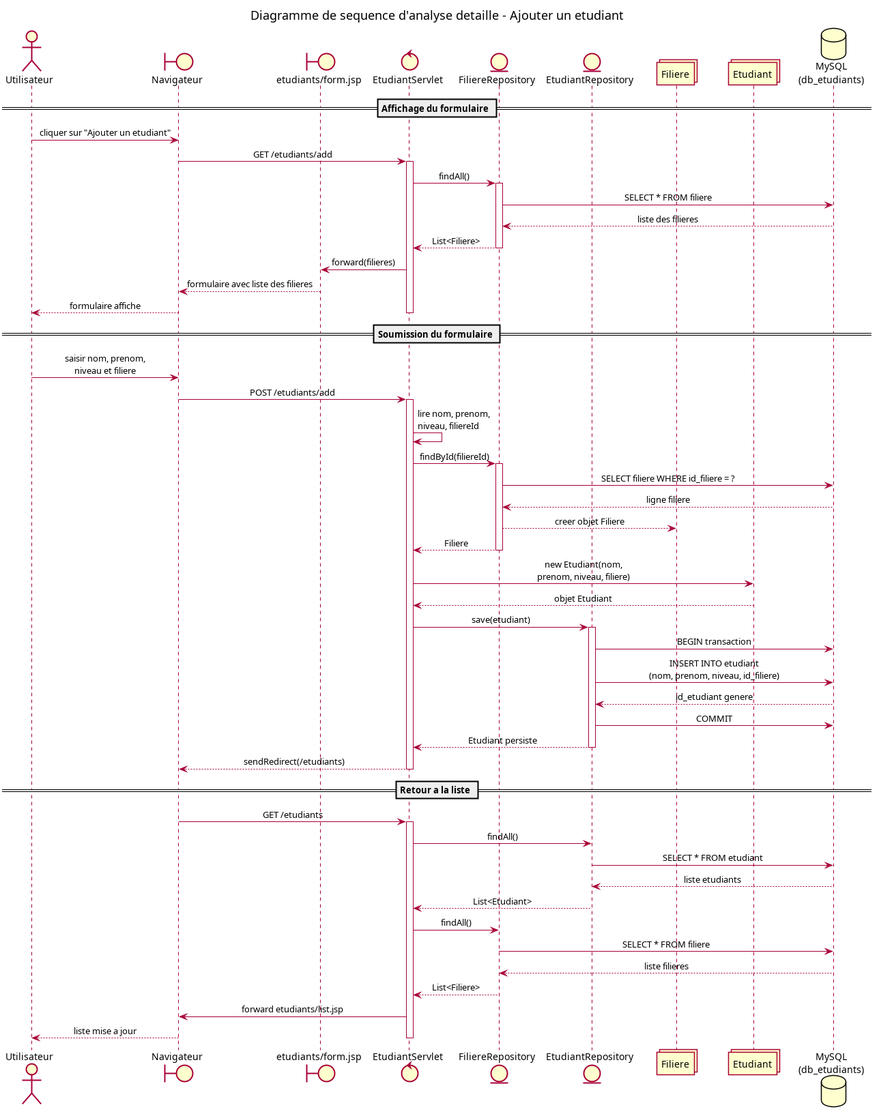
Before: docs/uml/images/sequence-analyse.png, a diagram exported from PlantUML (mehdidabaj/app-etudiant). Its source is kept beside it as docs/uml/sequence-analyse.puml.
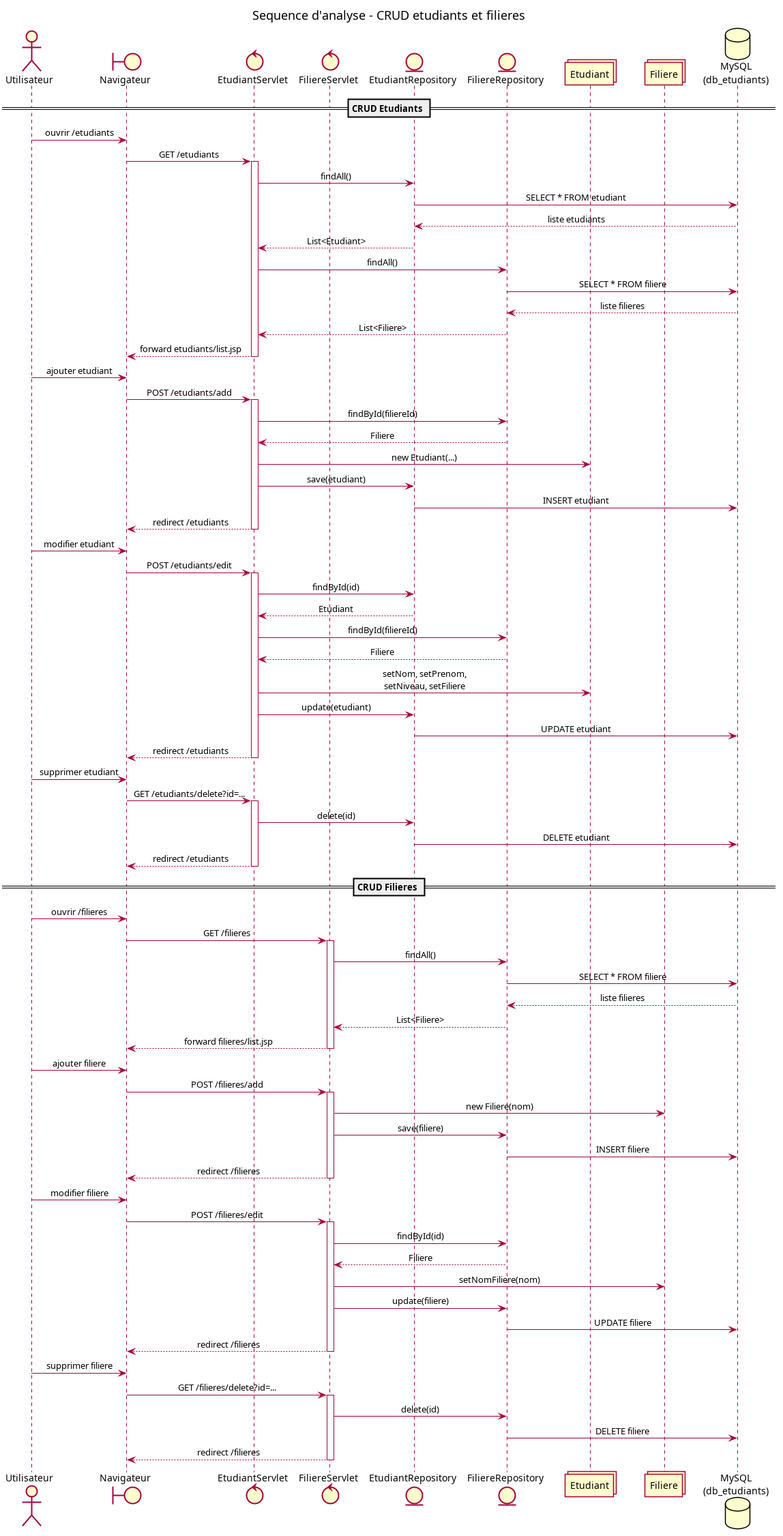
After the commit.

Commit message:
Focus UML diagrams on student and filiere CRUD

What changed in the source:
```diff
@@ -1,77 +1,104 @@
 @startuml
-title Diagramme de sequence d'analyse detaille - Ajouter un etudiant
+title Sequence d'analyse - CRUD etudiants et filieres
 
 skinparam shadowing false
 skinparam sequenceMessageAlign center
-skinparam ParticipantPadding 18
+skinparam ParticipantPadding 16
 
 actor "Utilisateur" as User
 boundary "Navigateur" as Browser
-boundary "etudiants/form.jsp" as Form
-control "EtudiantServlet" as Servlet
+control "EtudiantServlet" as EtudiantServlet
+control "FiliereServlet" as FiliereServlet
+entity "EtudiantRepository" as EtudiantRepo
 entity "FiliereRepository" as FiliereRepo
-entity "EtudiantRepository" as EtudiantRepo
+collections "Etudiant" as Etudiant
 collections "Filiere" as Filiere
-collections "Etudiant" as Etudiant
 database "MySQL\n(db_etudiants)" as DB
 
-== Affichage du formulaire ==
-User -> Browser : cliquer sur "Ajouter un etudiant"
-Browser -> Servlet : GET /etudiants/add
-activate Servlet
-Servlet -> FiliereRepo : findAll()
-activate FiliereRepo
-FiliereRepo -> DB : SELECT * FROM filiere
-DB --> FiliereRepo : liste des filieres
-FiliereRepo --> Servlet : List<Filiere>
-deactivate FiliereRepo
-Servlet -> Form : forward(filieres)
-Form --> Browser : formulaire avec liste des filieres
-Browser --> User : formulaire affiche
-deactivate Servlet
-
-== Soumission du formulaire ==
-User -> Browser : saisir nom, prenom,\nniveau et filiere
-Browser -> Servlet : POST /etudiants/add
-activate Servlet
-Servlet -> Servlet : lire nom, prenom,\nniveau, filiereId
-
-Servlet -> FiliereRepo : findById(filiereId)
-activate FiliereRepo
-FiliereRepo -> DB : SELECT filiere WHERE id_filiere = ?
-DB --> FiliereRepo : ligne filiere
-FiliereRepo --> Filiere : creer objet Filiere
-FiliereRepo --> Servlet : Filiere
-deactivate FiliereRepo
-
-Servlet -> Etudiant : new Etudiant(nom,\nprenom, niveau, filiere)
-Etudiant --> Servlet : objet Etudiant
-
-Servlet -> EtudiantRepo : save(etudiant)
-activate EtudiantRepo
-EtudiantRepo -> DB : BEGIN transaction
-EtudiantRepo -> DB : INSERT INTO etudiant\n(nom, prenom, niveau, id_filiere)
-DB --> EtudiantRepo : id_etudiant genere
-EtudiantRepo -> DB : COMMIT
-EtudiantRepo --> Servlet : Etudiant persiste
-deactivate EtudiantRepo
-
-Servlet --> Browser : sendRedirect(/etudiants)
-deactivate Servlet
-
-== Retour a la liste ==
-Browser -> Servlet : GET /etudiants
-activate Servlet
-Servlet -> EtudiantRepo : findAll()
+== CRUD Etudiants ==
+User -> Browser : ouvrir /etudiants
+Browser -> EtudiantServlet : GET /etudiants
+activate EtudiantServlet
+EtudiantServlet -> EtudiantRepo : findAll()
 EtudiantRepo -> DB : SELECT * FROM etudiant
 DB --> EtudiantRepo : liste etudiants
-EtudiantRepo --> Servlet : List<Etudiant>
-Servlet -> FiliereRepo : findAll()
+EtudiantRepo --> EtudiantServlet : List<Etudiant>
+EtudiantServlet -> FiliereRepo : findAll()
 FiliereRepo -> DB : SELECT * FROM filiere
 DB --> FiliereRepo : liste filieres
-FiliereRepo --> Servlet : List<Filiere>
-Servlet -> Browser : forward etudiants/list.jsp
-Browser --> User : liste mise a jour
-deactivate Servlet
+FiliereRepo --> EtudiantServlet : List<Filiere>
+EtudiantServlet --> Browser : forward etudiants/list.jsp
+deactivate EtudiantServlet
+
+User -> Browser : ajouter etudiant
+Browser -> EtudiantServlet : POST /etudiants/add
+activate EtudiantServlet
+EtudiantServlet -> FiliereRepo : findById(filiereId)
+FiliereRepo --> EtudiantServlet : Filiere
+EtudiantServlet -> Etudiant : new Etudiant(...)
+EtudiantServlet -> EtudiantRepo : save(etudiant)
+EtudiantRepo -> DB : INSERT etudiant
+EtudiantServlet --> Browser : redirect /etudiants
+deactivate EtudiantServlet
+
+User -> Browser : modifier etudiant
+Browser -> EtudiantServlet : POST /etudiants/edit
+activate EtudiantServlet
+EtudiantServlet -> EtudiantRepo : findById(id)
+EtudiantRepo --> EtudiantServlet : Etudiant
+EtudiantServlet -> FiliereRepo : findById(filiereId)
+FiliereRepo --> EtudiantServlet : Filiere
+EtudiantServlet -> Etudiant : setNom, setPrenom,\nsetNiveau, setFiliere
+EtudiantServlet -> EtudiantRepo : update(etudiant)
+EtudiantRepo -> DB : UPDATE etudiant
+EtudiantServlet --> Browser : redirect /etudiants
+deactivate EtudiantServlet
+
+User -> Browser : supprimer etudiant
+Browser -> EtudiantServlet : GET /etudiants/delete?id=...
+activate EtudiantServlet
+EtudiantServlet -> EtudiantRepo : delete(id)
+EtudiantRepo -> DB : DELETE etudiant
+EtudiantServlet --> Browser : redirect /etudiants
+deactivate EtudiantServlet
+
+== CRUD Filieres ==
+User -> Browser : ouvrir /filieres
+Browser -> FiliereServlet : GET /filieres
+activate FiliereServlet
+FiliereServlet -> FiliereRepo : findAll()
+FiliereRepo -> DB : SELECT * FROM filiere
+DB --> FiliereRepo : liste filieres
+FiliereRepo --> FiliereServlet : List<Filiere>
+FiliereServlet --> Browser : forward filieres/list.jsp
+deactivate FiliereServlet
+
+User -> Browser : ajouter filiere
+Browser -> FiliereServlet : POST /filieres/add
+activate FiliereServlet
+FiliereServlet -> Filiere : new Filiere(nom)
+FiliereServlet -> FiliereRepo : save(filiere)
+FiliereRepo -> DB : INSERT filiere
+FiliereServlet --> Browser : redirect /filieres
+deactivate FiliereServlet
+
+User -> Browser : modifier filiere
+Browser -> FiliereServlet : POST /filieres/edit
+activate FiliereServlet
+FiliereServlet -> FiliereRepo : findById(id)
+FiliereRepo --> FiliereServlet : Filiere
+FiliereServlet -> Filiere : setNomFiliere(nom)
+FiliereServlet -> FiliereRepo : update(filiere)
+FiliereRepo -> DB : UPDATE filiere
+FiliereServlet --> Browser : redirect /filieres
+deactivate FiliereServlet
+
+User -> Browser : supprimer filiere
+Browser -> FiliereServlet : GET /filieres/delete?id=...
+activate FiliereServlet
+FiliereServlet -> FiliereRepo : delete(id)
+FiliereRepo -> DB : DELETE filiere
+FiliereServlet --> Browser : redirect /filieres
+deactivate FiliereServlet
 
 @enduml
```
